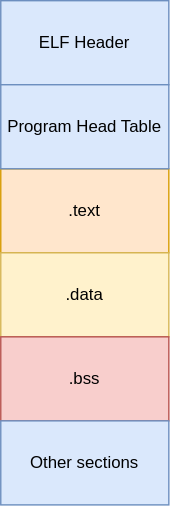
violet227/diagrams keeps this draw.io diagram as hello.drawio.svg. Above is the earlier version. Source tidied: cells renumbered, new cells last; positions are measured from the earlier drawing's top-left corner, leaving out a move shared by most shapes.
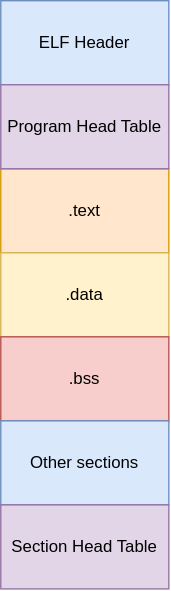
Above is the later version.

Change to the diagram source:
```diff
@@ -17,8 +17,11 @@
     <mxCell id="6" value="Other sections" style="rounded=0;whiteSpace=wrap;html=1;fillColor=#dae8fc;strokeColor=#6c8ebf;" parent="1" vertex="1">
       <mxGeometry y="300" width="120" height="60" as="geometry" />
     </mxCell>
-    <mxCell id="7" value="Program Head Table" style="rounded=0;whiteSpace=wrap;html=1;fillColor=#dae8fc;strokeColor=#6c8ebf;" parent="1" vertex="1">
+    <mxCell id="7" value="Program Head Table" style="rounded=0;whiteSpace=wrap;html=1;fillColor=#e1d5e7;strokeColor=#9673a6;" parent="1" vertex="1">
       <mxGeometry y="60" width="120" height="60" as="geometry" />
     </mxCell>
+    <mxCell id="8" value="Section Head Table" style="rounded=0;whiteSpace=wrap;html=1;fillColor=#e1d5e7;strokeColor=#9673a6;" parent="1" vertex="1">
+      <mxGeometry y="360" width="120" height="60" as="geometry" />
+    </mxCell>
   </root>
 </mxGraphModel>
```
